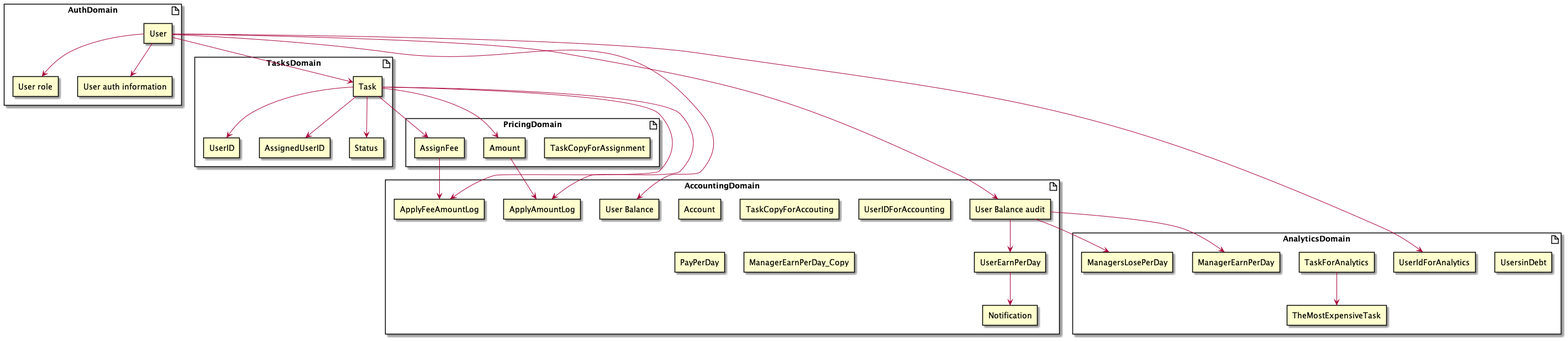
ximyro/async_architecture_course keeps this PlantUML diagram as docs/Domains.png. Above is the earlier version.
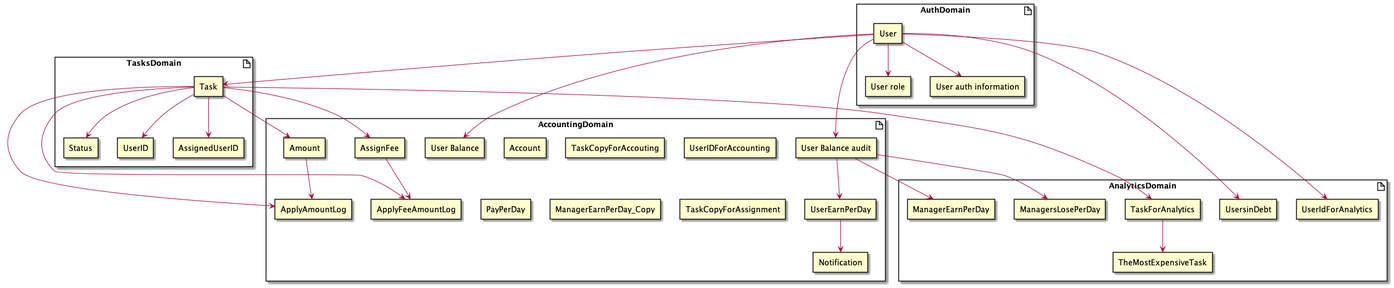
After the change.

Change to the diagram source:
```diff
@@ -13,12 +13,6 @@
     rectangle AssignedUserID
 }
 
-artifact PricingDomain {
-	rectangle TaskCopyForAssignment
-    rectangle Amount
-    rectangle AssignFee
-}
-
 artifact AccountingDomain {
     rectangle Account
     rectangle TaskCopyForAccouting
@@ -31,6 +25,9 @@
     rectangle ManagerEarnPerDay_Copy
     rectangle ApplyFeeAmountLog
     rectangle ApplyAmountLog
+    rectangle TaskCopyForAssignment
+    rectangle Amount
+    rectangle AssignFee
 }
 
 artifact AnalyticsDomain {
@@ -62,5 +59,7 @@
 Task --> ApplyFeeAmountLog
 Task --> ApplyAmountLog
 AssignFee --> ApplyFeeAmountLog
+Task --> TaskForAnalytics
+User --> UsersinDebt
 Amount --> ApplyAmountLog
 @enduml
```
